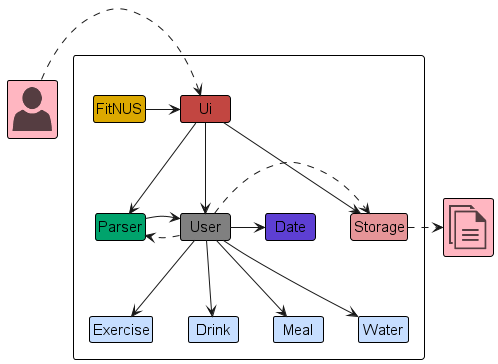
This is docs/diagrams/diagrams_png/ArchitectureDiagram.png from jasonlienardi/tp, a PlantUML export, as it was before one commit.
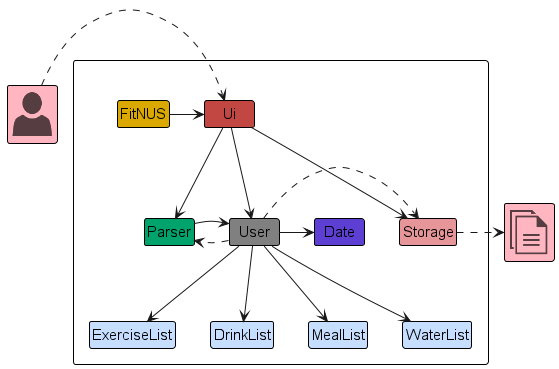
After the commit.

Commit message:
Update class diagram images

Change to the diagram source:
```diff
@@ -14,10 +14,10 @@
     Class Parser PARSER_COLOR
     Class User USER_COLOR
     Class Date DATE_COLOR
-    Class Exercise LIST_COLOR
-    Class Drink LIST_COLOR
-    Class Meal LIST_COLOR
-    Class Water LIST_COLOR
+    Class ExerciseList LIST_COLOR
+    Class DrinkList LIST_COLOR
+    Class MealList LIST_COLOR
+    Class WaterList LIST_COLOR
 }
 
 Class "<$user>" as Icon PERSON_COLOR
@@ -33,10 +33,10 @@
 User -> Date
 User .> Parser
 User .> Storage
-User --> Exercise
-User --> Meal
-User --> Drink
-User --> Water
+User --> ExerciseList
+User --> MealList
+User --> DrinkList
+User --> WaterList
 
 Parser -> User
 Storage .> File
```
